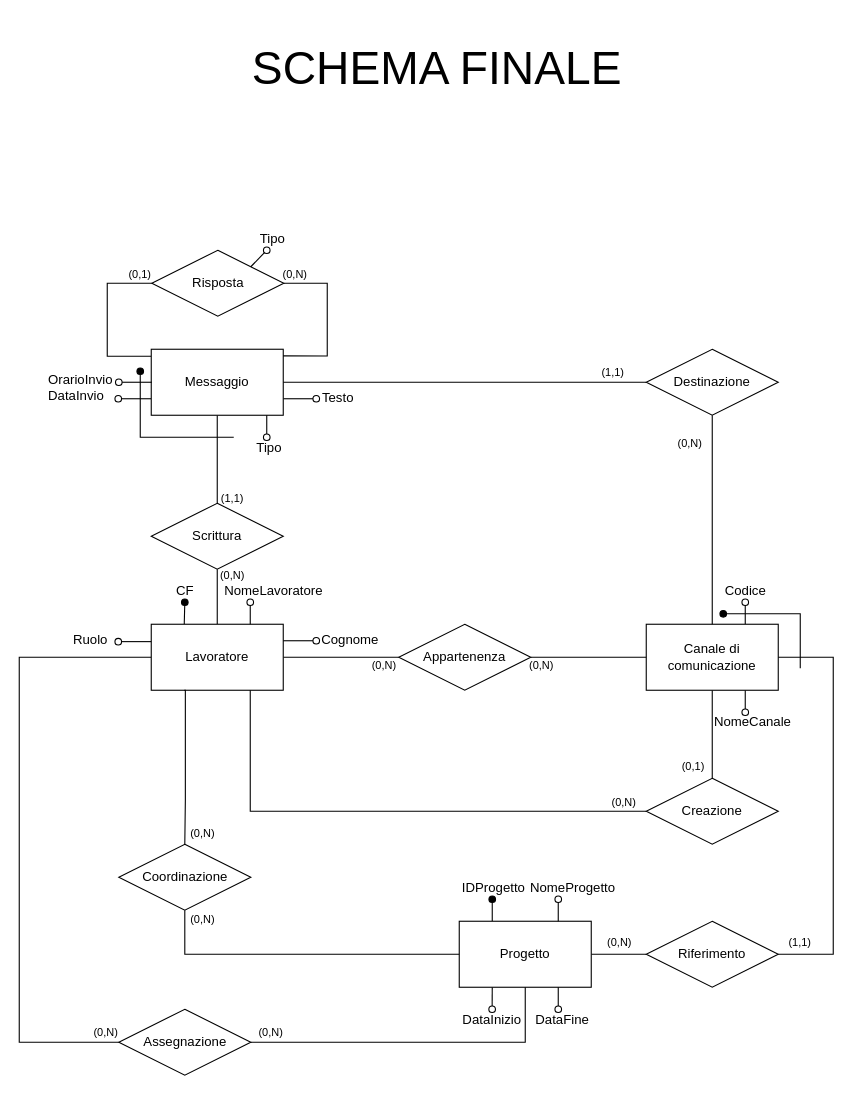
Above: page "Schema Ristrutturato" (5 of 8) of Relazione/Schema ER/scheletro.drawio in martafra/BD-Chat-Multicanale (draw.io), before the change. Source tidied: cells renumbered, new cells numbered last; positions are measured from the earlier drawing's top-left corner, leaving out a move shared by most shapes. Both pictures are drawn from the tidied source at 110%, with x=0, y=0 at pixel (19, 19).
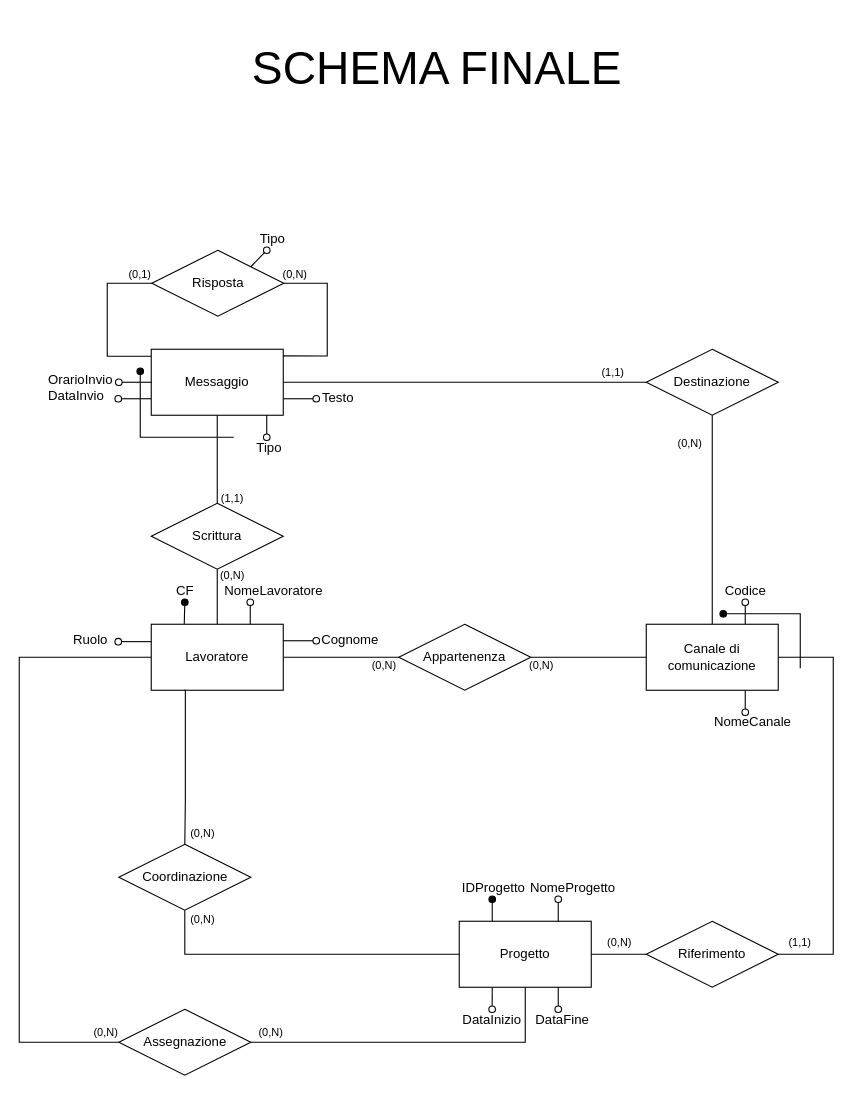
After the change.

Commit message (it also covers changes not shown here):
rimozione dalla progettazione della relazione "creazione" relativa ai canali di comunicazione

Unchanged cells that the change refers to:
```xml
<mxCell id="8" value="Canale di comunicazione" style="rounded=0;whiteSpace=wrap;html=1;" parent="1" vertex="1">
  <mxGeometry x="570" y="550" width="120" height="60" as="geometry" />
</mxCell>
<mxCell id="25" value="Lavoratore" style="rounded=0;whiteSpace=wrap;html=1;" parent="1" vertex="1">
  <mxGeometry x="120" y="550" width="120" height="60" as="geometry" />
</mxCell>
```

Change to the diagram source:
```diff
@@
-    <mxCell id="4" style="edgeStyle=orthogonalEdgeStyle;rounded=0;jettySize=auto;html=1;exitX=0.5;exitY=0;exitDx=0;exitDy=0;entryX=0.5;entryY=1;entryDx=0;entryDy=0;endArrow=none;endFill=0;" parent="1" edge="1" source="5" target="8">
-      <mxGeometry relative="1" as="geometry" />
-    </mxCell>
-    <mxCell id="5" value="Creazione" style="shape=rhombus;perimeter=rhombusPerimeter;whiteSpace=wrap;html=1;align=center;" parent="1" vertex="1">
-      <mxGeometry x="570" y="690" width="120" height="60" as="geometry" />
-    </mxCell>
@@
-    <mxCell id="26" style="edgeStyle=orthogonalEdgeStyle;rounded=0;jettySize=auto;html=1;exitX=0.75;exitY=1;exitDx=0;exitDy=0;entryX=0;entryY=0.5;entryDx=0;entryDy=0;endArrow=none;endFill=0;" parent="1" edge="1" source="25" target="5">
-      <mxGeometry relative="1" as="geometry" />
-    </mxCell>
@@
-    <mxCell id="62" value="(0,N)" style="text;html=1;strokeColor=none;fillColor=none;align=center;verticalAlign=middle;whiteSpace=wrap;rounded=0;fontSize=10;" parent="1" vertex="1">
-      <mxGeometry x="540" y="707" width="20" height="10" as="geometry" />
-    </mxCell>
-    <mxCell id="63" value="(0,1)" style="text;html=1;strokeColor=none;fillColor=none;align=center;verticalAlign=middle;whiteSpace=wrap;rounded=0;fontSize=10;" parent="1" vertex="1">
-      <mxGeometry x="603" y="674" width="20" height="10" as="geometry" />
-    </mxCell>
```
